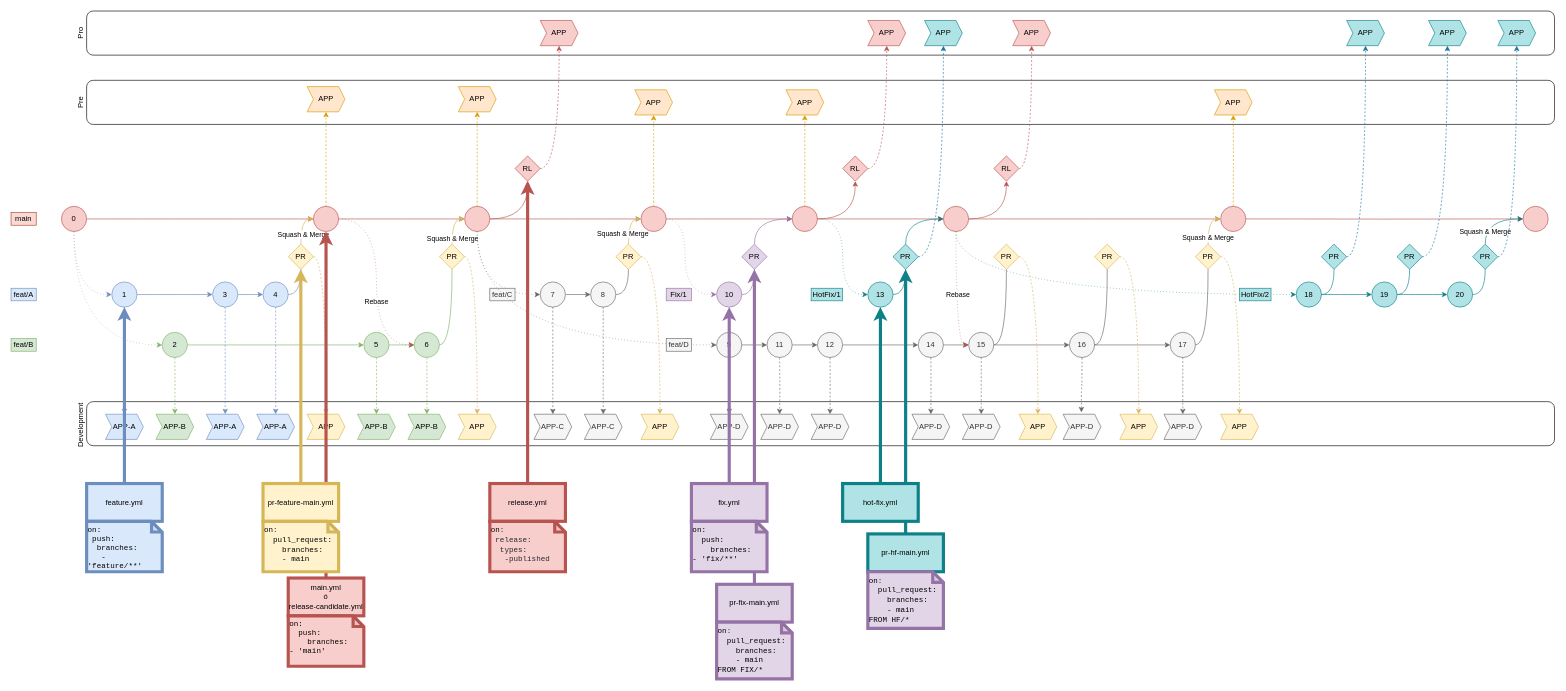
belcebus/workflows keeps this draw.io diagram as Untitled Diagram.drawio. Above is the earlier version. Source tidied: cells renumbered, new cells numbered last; positions are measured from the earlier drawing's top-left corner, leaving out a move shared by most shapes. Both pictures are drawn from the tidied source at 63%, with x=0, y=0 at pixel (11, 11).
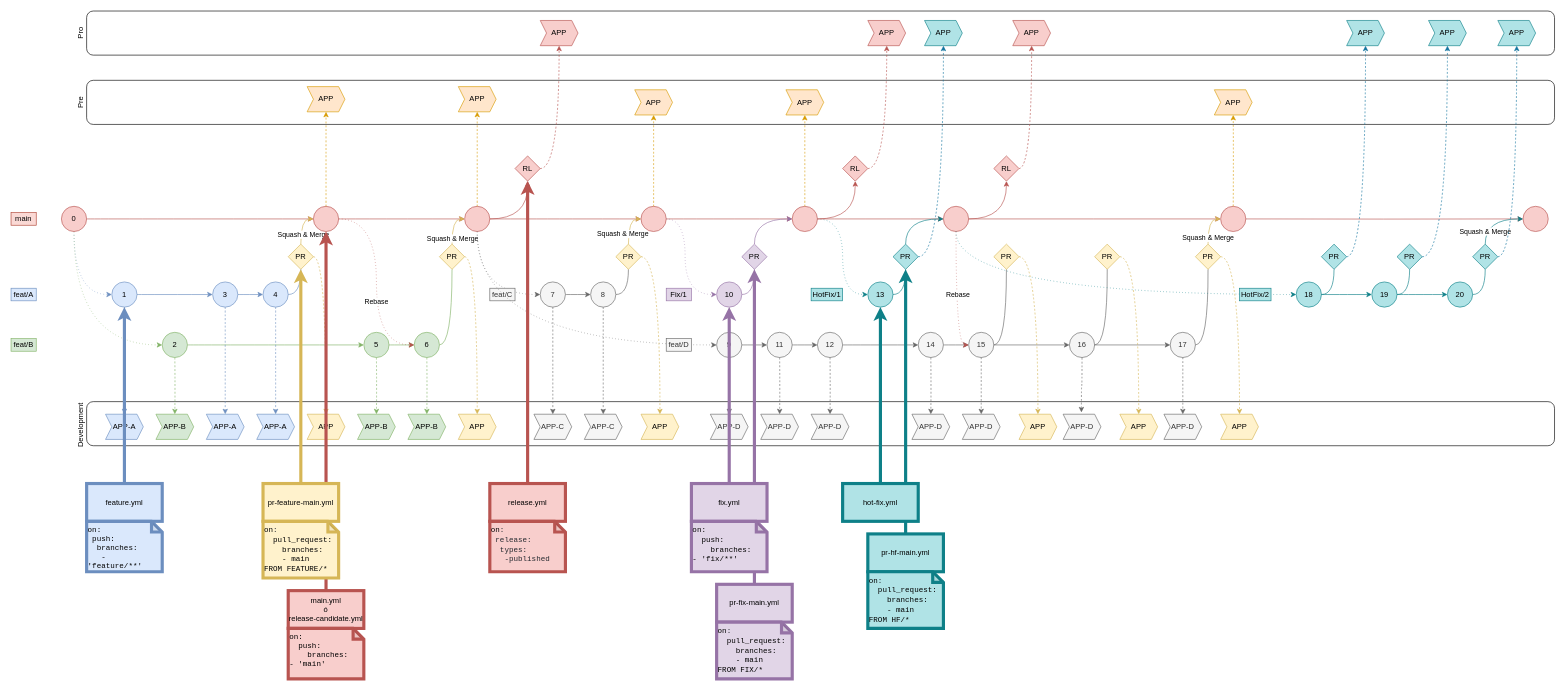
The same page after the edit.

Diff of the diagram source:
```diff
@@
     <mxCell id="183" value="main.yml&lt;br&gt;ó&lt;br&gt;release-candidate.yml" style="rounded=0;whiteSpace=wrap;html=1;fillColor=#f8cecc;strokeColor=#b85450;strokeWidth=5;" parent="177" vertex="1">
-      <mxGeometry x="440" y="900" width="120" height="60" as="geometry" />
+      <mxGeometry x="440" y="920" width="120" height="60" as="geometry" />
     </mxCell>
@@
-    <mxCell id="194" value="&lt;font face=&quot;Courier New&quot;&gt;&lt;span class=&quot;pl-ent&quot; style=&quot;box-sizing: border-box ; font-family: , , &amp;#34;sf mono&amp;#34; , &amp;#34;consolas&amp;#34; , &amp;#34;liberation mono&amp;#34; , &amp;#34;menlo&amp;#34; , monospace&quot;&gt;on&lt;/span&gt;&lt;span style=&quot;color: rgb(36 , 41 , 47) ; font-family: , , &amp;#34;sf mono&amp;#34; , &amp;#34;consolas&amp;#34; , &amp;#34;liberation mono&amp;#34; , &amp;#34;menlo&amp;#34; , monospace&quot;&gt;:&lt;br&gt;&amp;nbsp;&amp;nbsp;&lt;/span&gt;&lt;span class=&quot;pl-s&quot; style=&quot;box-sizing: border-box ; font-family: , , &amp;#34;sf mono&amp;#34; , &amp;#34;consolas&amp;#34; , &amp;#34;liberation mono&amp;#34; , &amp;#34;menlo&amp;#34; , monospace&quot;&gt;pull_request:&lt;br&gt;&amp;nbsp; &amp;nbsp; branches:&lt;br&gt;&amp;nbsp; &amp;nbsp; - main&lt;br&gt;&lt;/span&gt;&lt;/font&gt;" style="shape=note;whiteSpace=wrap;html=1;backgroundOutline=1;darkOpacity=0.05;rounded=0;strokeWidth=5;align=left;verticalAlign=top;size=17;fillColor=#fff2cc;strokeColor=#d6b656;" parent="177" vertex="1">
-      <mxGeometry x="400" y="810" width="120" height="80" as="geometry" />
+    <mxCell id="194" value="&lt;font face=&quot;Courier New&quot;&gt;&lt;span class=&quot;pl-ent&quot; style=&quot;box-sizing: border-box ; font-family: , , &amp;#34;sf mono&amp;#34; , &amp;#34;consolas&amp;#34; , &amp;#34;liberation mono&amp;#34; , &amp;#34;menlo&amp;#34; , monospace&quot;&gt;on&lt;/span&gt;&lt;span style=&quot;color: rgb(36 , 41 , 47) ; font-family: , , &amp;#34;sf mono&amp;#34; , &amp;#34;consolas&amp;#34; , &amp;#34;liberation mono&amp;#34; , &amp;#34;menlo&amp;#34; , monospace&quot;&gt;:&lt;br&gt;&amp;nbsp;&amp;nbsp;&lt;/span&gt;&lt;span class=&quot;pl-s&quot; style=&quot;box-sizing: border-box ; font-family: , , &amp;#34;sf mono&amp;#34; , &amp;#34;consolas&amp;#34; , &amp;#34;liberation mono&amp;#34; , &amp;#34;menlo&amp;#34; , monospace&quot;&gt;pull_request:&lt;br&gt;&amp;nbsp; &amp;nbsp; branches:&lt;br&gt;&amp;nbsp; &amp;nbsp; - main&lt;br&gt;FROM FEATURE/*&lt;br&gt;&lt;/span&gt;&lt;/font&gt;" style="shape=note;whiteSpace=wrap;html=1;backgroundOutline=1;darkOpacity=0.05;rounded=0;strokeWidth=5;align=left;verticalAlign=top;size=17;fillColor=#fff2cc;strokeColor=#d6b656;" parent="177" vertex="1">
+      <mxGeometry x="400" y="810" width="120" height="90" as="geometry" />
     </mxCell>
@@
     <mxCell id="196" value="&lt;div style=&quot;overflow-wrap: break-word&quot;&gt;on:&lt;br&gt;&amp;nbsp; push:&lt;br&gt;&amp;nbsp; &amp;nbsp; branches:&lt;br&gt;- 'main'&lt;/div&gt;" style="shape=note;whiteSpace=wrap;html=1;backgroundOutline=1;darkOpacity=0.05;rounded=0;strokeWidth=5;align=left;verticalAlign=top;size=17;fillColor=#f8cecc;strokeColor=#b85450;fontFamily=Courier New;" parent="177" vertex="1">
-      <mxGeometry x="440" y="960" width="120" height="80" as="geometry" />
+      <mxGeometry x="440" y="980" width="120" height="80" as="geometry" />
     </mxCell>
@@
-    <mxCell id="200" value="&lt;font face=&quot;Courier New&quot;&gt;&lt;span class=&quot;pl-ent&quot; style=&quot;box-sizing: border-box ; font-family: , , &amp;#34;sf mono&amp;#34; , &amp;#34;consolas&amp;#34; , &amp;#34;liberation mono&amp;#34; , &amp;#34;menlo&amp;#34; , monospace&quot;&gt;on&lt;/span&gt;&lt;span style=&quot;color: rgb(36 , 41 , 47) ; font-family: , , &amp;#34;sf mono&amp;#34; , &amp;#34;consolas&amp;#34; , &amp;#34;liberation mono&amp;#34; , &amp;#34;menlo&amp;#34; , monospace&quot;&gt;:&lt;br&gt;&amp;nbsp;&amp;nbsp;&lt;/span&gt;&lt;span class=&quot;pl-s&quot; style=&quot;box-sizing: border-box ; font-family: , , &amp;#34;sf mono&amp;#34; , &amp;#34;consolas&amp;#34; , &amp;#34;liberation mono&amp;#34; , &amp;#34;menlo&amp;#34; , monospace&quot;&gt;pull_request:&lt;br&gt;&amp;nbsp; &amp;nbsp; branches:&lt;br&gt;&amp;nbsp; &amp;nbsp; - main&lt;br&gt;FROM HF/*&lt;br&gt;&lt;/span&gt;&lt;/font&gt;" style="shape=note;whiteSpace=wrap;html=1;backgroundOutline=1;darkOpacity=0.05;rounded=0;strokeWidth=5;align=left;verticalAlign=top;size=17;fillColor=#e1d5e7;strokeColor=#9673a6;" parent="177" vertex="1">
+    <mxCell id="200" value="&lt;font face=&quot;Courier New&quot;&gt;&lt;span class=&quot;pl-ent&quot; style=&quot;box-sizing: border-box ; font-family: , , &amp;#34;sf mono&amp;#34; , &amp;#34;consolas&amp;#34; , &amp;#34;liberation mono&amp;#34; , &amp;#34;menlo&amp;#34; , monospace&quot;&gt;on&lt;/span&gt;&lt;span style=&quot;color: rgb(36 , 41 , 47) ; font-family: , , &amp;#34;sf mono&amp;#34; , &amp;#34;consolas&amp;#34; , &amp;#34;liberation mono&amp;#34; , &amp;#34;menlo&amp;#34; , monospace&quot;&gt;:&lt;br&gt;&amp;nbsp;&amp;nbsp;&lt;/span&gt;&lt;span class=&quot;pl-s&quot; style=&quot;box-sizing: border-box ; font-family: , , &amp;#34;sf mono&amp;#34; , &amp;#34;consolas&amp;#34; , &amp;#34;liberation mono&amp;#34; , &amp;#34;menlo&amp;#34; , monospace&quot;&gt;pull_request:&lt;br&gt;&amp;nbsp; &amp;nbsp; branches:&lt;br&gt;&amp;nbsp; &amp;nbsp; - main&lt;br&gt;FROM HF/*&lt;br&gt;&lt;/span&gt;&lt;/font&gt;" style="shape=note;whiteSpace=wrap;html=1;backgroundOutline=1;darkOpacity=0.05;rounded=0;strokeWidth=5;align=left;verticalAlign=top;size=17;fillColor=#b0e3e6;strokeColor=#0e8088;" parent="177" vertex="1">
       <mxGeometry x="1360" y="890" width="120" height="90" as="geometry" />
     </mxCell>
```
